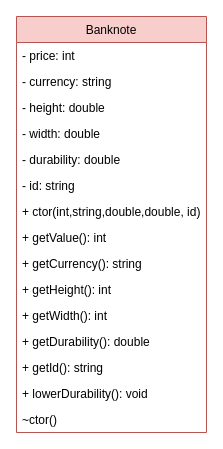
Earlier version of the draw.io diagram UML/Untitled Diagram.drawio (bondarenkoigor/Banknote). Source tidied: cells renumbered, new cells numbered last; positions are measured from the earlier drawing's top-left corner, leaving out a move shared by most shapes. Both pictures are drawn from the tidied source at 100%, with x=0, y=0 at pixel (16, 16).
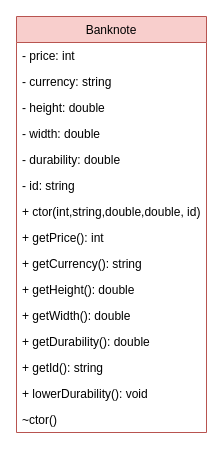
The same diagram, later.

The edit, as a diff of the source:
```diff
@@
 <mxGraphModel>
   <root>
     <mxCell id="0" />
     <mxCell id="1" parent="0" />
     <mxCell id="2" value="Banknote" style="swimlane;fontStyle=0;horizontal=1;startSize=26;fillColor=#f8cecc;strokeColor=#b85450;" parent="1" vertex="1">
       <mxGeometry width="190" height="416" as="geometry" />
     </mxCell>
     <mxCell id="3" value="- price: int" style="text;strokeColor=none;fillColor=none;align=left;verticalAlign=top;spacingLeft=4;spacingRight=4;overflow=hidden;" parent="2" vertex="1">
       <mxGeometry y="26" width="190" height="26" as="geometry" />
     </mxCell>
     <mxCell id="4" value="- currency: string" style="text;strokeColor=none;fillColor=none;align=left;verticalAlign=top;spacingLeft=4;spacingRight=4;overflow=hidden;" parent="2" vertex="1">
       <mxGeometry y="52" width="190" height="26" as="geometry" />
     </mxCell>
     <mxCell id="5" value="- height: double" style="text;strokeColor=none;fillColor=none;align=left;verticalAlign=top;spacingLeft=4;spacingRight=4;overflow=hidden;" parent="2" vertex="1">
       <mxGeometry y="78" width="190" height="26" as="geometry" />
     </mxCell>
     <mxCell id="6" value="- width: double" style="text;strokeColor=none;fillColor=none;align=left;verticalAlign=top;spacingLeft=4;spacingRight=4;overflow=hidden;" parent="2" vertex="1">
       <mxGeometry y="104" width="190" height="26" as="geometry" />
     </mxCell>
     <mxCell id="7" value="- durability: double" style="text;strokeColor=none;fillColor=none;align=left;verticalAlign=top;spacingLeft=4;spacingRight=4;overflow=hidden;" parent="2" vertex="1">
       <mxGeometry y="130" width="190" height="26" as="geometry" />
     </mxCell>
     <mxCell id="8" value="- id: string" style="text;strokeColor=none;fillColor=none;align=left;verticalAlign=top;spacingLeft=4;spacingRight=4;overflow=hidden;" parent="2" vertex="1">
       <mxGeometry y="156" width="190" height="26" as="geometry" />
     </mxCell>
     <mxCell id="9" value="+ ctor(int,string,double,double, id)" style="text;strokeColor=none;fillColor=none;align=left;verticalAlign=top;spacingLeft=4;spacingRight=4;overflow=hidden;" parent="2" vertex="1">
       <mxGeometry y="182" width="190" height="26" as="geometry" />
     </mxCell>
-    <mxCell id="10" value="+ getValue(): int " style="text;strokeColor=none;fillColor=none;align=left;verticalAlign=top;spacingLeft=4;spacingRight=4;overflow=hidden;" parent="2" vertex="1">
+    <mxCell id="10" value="+ getPrice(): int " style="text;strokeColor=none;fillColor=none;align=left;verticalAlign=top;spacingLeft=4;spacingRight=4;overflow=hidden;" parent="2" vertex="1">
       <mxGeometry y="208" width="190" height="26" as="geometry" />
     </mxCell>
     <mxCell id="11" value="+ getCurrency(): string" style="text;strokeColor=none;fillColor=none;align=left;verticalAlign=top;spacingLeft=4;spacingRight=4;overflow=hidden;" parent="2" vertex="1">
       <mxGeometry y="234" width="190" height="26" as="geometry" />
     </mxCell>
-    <mxCell id="12" value="+ getHeight(): int" style="text;strokeColor=none;fillColor=none;align=left;verticalAlign=top;spacingLeft=4;spacingRight=4;overflow=hidden;" parent="2" vertex="1">
+    <mxCell id="12" value="+ getHeight(): double" style="text;strokeColor=none;fillColor=none;align=left;verticalAlign=top;spacingLeft=4;spacingRight=4;overflow=hidden;" parent="2" vertex="1">
       <mxGeometry y="260" width="190" height="26" as="geometry" />
     </mxCell>
-    <mxCell id="13" value="+ getWidth(): int" style="text;strokeColor=none;fillColor=none;align=left;verticalAlign=top;spacingLeft=4;spacingRight=4;overflow=hidden;" parent="2" vertex="1">
+    <mxCell id="13" value="+ getWidth(): double" style="text;strokeColor=none;fillColor=none;align=left;verticalAlign=top;spacingLeft=4;spacingRight=4;overflow=hidden;" parent="2" vertex="1">
       <mxGeometry y="286" width="190" height="26" as="geometry" />
     </mxCell>
     <mxCell id="14" value="+ getDurability(): double" style="text;strokeColor=none;fillColor=none;align=left;verticalAlign=top;spacingLeft=4;spacingRight=4;overflow=hidden;" parent="2" vertex="1">
       <mxGeometry y="312" width="190" height="26" as="geometry" />
     </mxCell>
     <mxCell id="15" value="+ getId(): string" style="text;strokeColor=none;fillColor=none;align=left;verticalAlign=top;spacingLeft=4;spacingRight=4;overflow=hidden;" parent="2" vertex="1">
       <mxGeometry y="338" width="190" height="26" as="geometry" />
     </mxCell>
     <mxCell id="16" value="+ lowerDurability(): void" style="text;strokeColor=none;fillColor=none;align=left;verticalAlign=top;spacingLeft=4;spacingRight=4;overflow=hidden;" parent="2" vertex="1">
       <mxGeometry y="364" width="190" height="26" as="geometry" />
     </mxCell>
     <mxCell id="17" value="~ctor()" style="text;strokeColor=none;fillColor=none;align=left;verticalAlign=top;spacingLeft=4;spacingRight=4;overflow=hidden;" parent="2" vertex="1">
       <mxGeometry y="390" width="190" height="26" as="geometry" />
     </mxCell>
   </root>
 </mxGraphModel>
```
